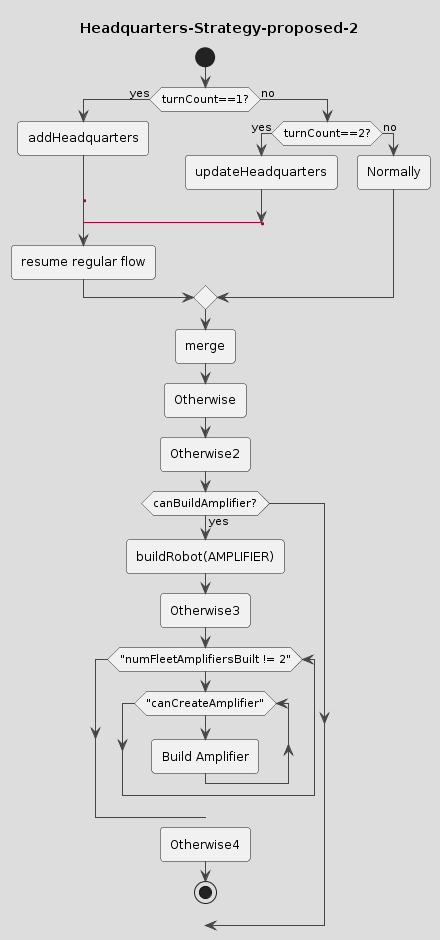
Above: drawings/Headquarters-Strategy-proposed-2.png in coding-to-music/plantuml-diagram-examples (PlantUML), before the change.
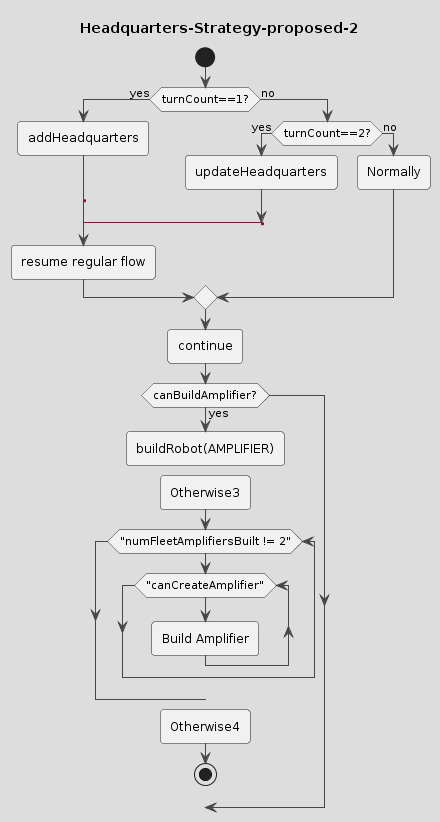
After the commit.

The edit, as a diff of the source:
```diff
@@ -7,6 +7,7 @@
 :addHeadquarters;
 label sp_lab0
 label sp_lab1
+label sp_continue
 label lab
 :resume regular flow;
 else (no)
@@ -18,11 +19,11 @@
 :Normally;
 endif
 endif
-:merge;
-:Otherwise;
-:Otherwise2;
+label sp_continue
+:continue;
 if (canBuildAmplifier?) then (yes)
 :buildRobot(AMPLIFIER);
+detach
 :Otherwise3;
     while ("numFleetAmplifiersBuilt != 2")
         while ("canCreateAmplifier")
```
